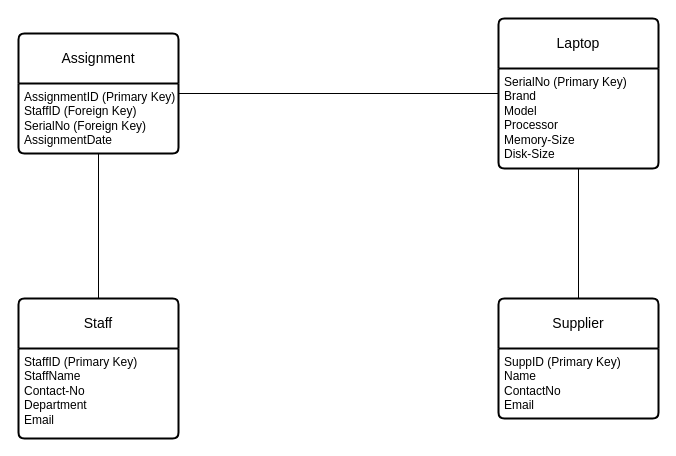
Emanniel/LabTask1 keeps this draw.io diagram as Untitled Diagram.drawio. Above is the earlier version. Source tidied: cells renumbered, new cells numbered last; positions are measured from the earlier drawing's top-left corner, leaving out a move shared by most shapes. Both pictures are drawn from the tidied source at 100%, with x=0, y=0 at pixel (18, 18).
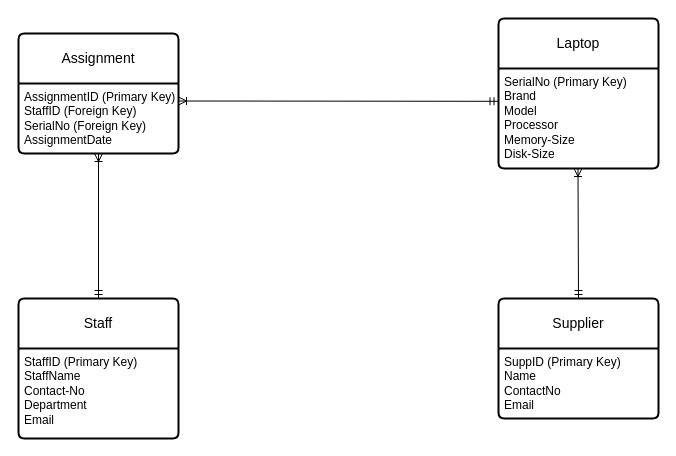
Above is the later version.

Change to the diagram source:
```diff
@@
 <mxGraphModel>
   <root>
     <mxCell id="0" />
     <mxCell id="1" parent="0" />
     <mxCell id="2" value="Supplier" style="swimlane;horizontal=1;startSize=50;rounded=1;fontSize=14;fontStyle=0;strokeWidth=2;shadow=0;dashed=0;align=center;arcSize=4;whiteSpace=wrap;html=1;" parent="1" vertex="1">
       <mxGeometry x="480" y="280" width="160" height="120" as="geometry" />
     </mxCell>
     <mxCell id="3" value="SuppID (Primary Key)&lt;br&gt;Name&amp;nbsp;&lt;br&gt;ContactNo&lt;br&gt;Email" style="align=left;strokeColor=none;fillColor=none;spacingLeft=4;fontSize=12;verticalAlign=top;html=1;" parent="2" vertex="1">
       <mxGeometry y="50" width="160" height="70" as="geometry" />
     </mxCell>
-    <mxCell id="4" style="endArrow=none;html=1;rounded=0;entryX=0.5;entryY=0;entryDx=0;entryDy=0;exitX=0.5;exitY=1;exitDx=0;exitDy=0;" parent="1" edge="1" source="10" target="7">
-      <mxGeometry relative="1" as="geometry" />
-    </mxCell>
     <mxCell id="5" value="Laptop" style="swimlane;horizontal=1;startSize=50;rounded=1;fontSize=14;fontStyle=0;strokeWidth=2;shadow=0;dashed=0;align=center;arcSize=4;whiteSpace=wrap;html=1;" parent="1" vertex="1">
       <mxGeometry x="480" width="160" height="150" as="geometry" />
     </mxCell>
     <mxCell id="6" value="SerialNo (Primary Key)&lt;br&gt;Brand&lt;br&gt;Model&lt;br&gt;Processor&lt;br&gt;Memory-Size&lt;br&gt;Disk-Size" style="align=left;strokeColor=none;fillColor=none;spacingLeft=4;fontSize=12;verticalAlign=top;html=1;" parent="5" vertex="1">
       <mxGeometry y="50" width="160" height="100" as="geometry" />
     </mxCell>
     <mxCell id="7" value="Staff" style="swimlane;horizontal=1;startSize=50;rounded=1;fontSize=14;fontStyle=0;strokeWidth=2;shadow=0;dashed=0;align=center;arcSize=4;whiteSpace=wrap;html=1;" parent="1" vertex="1">
       <mxGeometry y="280" width="160" height="140" as="geometry" />
     </mxCell>
     <mxCell id="8" value="StaffID (Primary Key)&lt;br&gt;StaffName&lt;br&gt;Contact-No&lt;br&gt;Department&lt;br&gt;Email" style="align=left;strokeColor=none;fillColor=none;spacingLeft=4;fontSize=12;verticalAlign=top;html=1;" parent="7" vertex="1">
       <mxGeometry y="50" width="160" height="90" as="geometry" />
     </mxCell>
     <mxCell id="9" value="Assignment" style="swimlane;horizontal=1;startSize=50;rounded=1;fontSize=14;fontStyle=0;strokeWidth=2;shadow=0;dashed=0;align=center;arcSize=4;whiteSpace=wrap;html=1;" parent="1" vertex="1">
       <mxGeometry y="15" width="160" height="120" as="geometry" />
     </mxCell>
     <mxCell id="10" value="AssignmentID (Primary Key)&lt;br&gt;StaffID (Foreign Key)&lt;br&gt;SerialNo (Foreign Key)&lt;br&gt;AssignmentDate" style="align=left;strokeColor=none;fillColor=none;spacingLeft=4;fontSize=12;verticalAlign=top;html=1;" parent="9" vertex="1">
       <mxGeometry y="50" width="160" height="70" as="geometry" />
     </mxCell>
-    <mxCell id="11" style="endArrow=none;html=1;rounded=0;entryX=0;entryY=0.25;entryDx=0;entryDy=0;" parent="1" edge="1" target="6">
-      <mxGeometry relative="1" as="geometry">
-        <mxPoint x="160" y="75" as="sourcePoint" />
-      </mxGeometry>
-    </mxCell>
-    <mxCell id="12" style="endArrow=none;html=1;rounded=0;entryX=0.5;entryY=0;entryDx=0;entryDy=0;exitX=0.5;exitY=1;exitDx=0;exitDy=0;" parent="1" edge="1" source="6" target="2">
-      <mxGeometry relative="1" as="geometry" />
-    </mxCell>
+    <mxCell id="13" style="fontSize=12;html=1;endArrow=ERoneToMany;startArrow=ERmandOne;rounded=0;entryX=0.5;entryY=1;entryDx=0;entryDy=0;exitX=0.5;exitY=0;exitDx=0;exitDy=0;" parent="1" edge="1" source="7" target="10">
+      <mxGeometry relative="1" as="geometry" />
+    </mxCell>
+    <mxCell id="14" style="fontSize=12;html=1;endArrow=ERoneToMany;startArrow=ERmandOne;rounded=0;entryX=1;entryY=0.25;entryDx=0;entryDy=0;exitX=-0.003;exitY=0.328;exitDx=0;exitDy=0;exitPerimeter=0;" parent="1" edge="1" source="6" target="10">
+      <mxGeometry relative="1" as="geometry" />
+    </mxCell>
+    <mxCell id="15" style="fontSize=12;html=1;endArrow=ERoneToMany;startArrow=ERmandOne;rounded=0;entryX=0.5;entryY=1;entryDx=0;entryDy=0;exitX=0.5;exitY=0;exitDx=0;exitDy=0;" parent="1" edge="1" source="2">
+      <mxGeometry relative="1" as="geometry">
+        <mxPoint x="559.5" y="150" as="targetPoint" />
+      </mxGeometry>
+    </mxCell>
   </root>
 </mxGraphModel>
```
